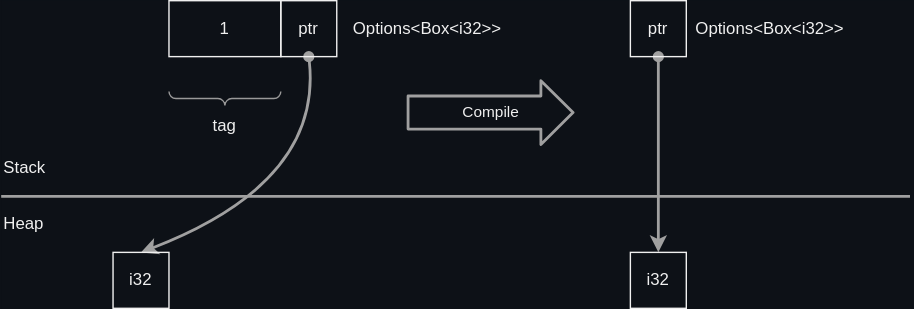
Before: docs/rust/memory_layout/images/option.drawio.svg, a diagram exported from draw.io (htgithub194/self-study). Source tidied: cells renumbered, new cells last; positions are measured from the earlier drawing's top-left corner, leaving out a move shared by most shapes.
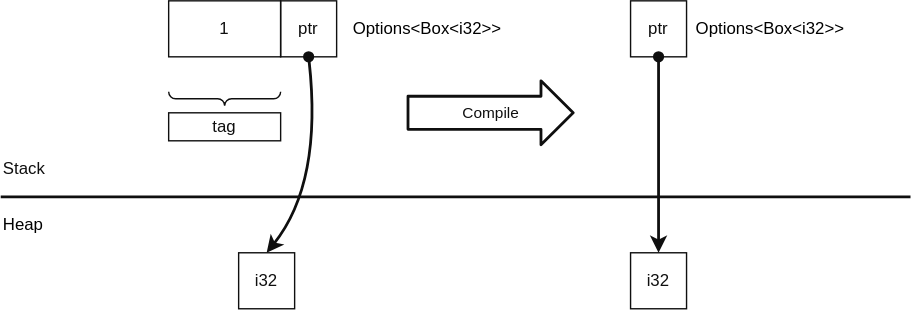
Later version of the same file.

The edit, as a diff of the source:
```diff
@@ -1,57 +1,57 @@
-<mxGraphModel background="#0D1117">
+<mxGraphModel>
   <root>
     <mxCell id="0" />
     <mxCell id="1" parent="0" />
-    <mxCell id="2" value="1" style="rounded=0;whiteSpace=wrap;html=1;flipH=1;flipV=1;fillColor=none;fontColor=#F0F0F0;strokeColor=#F0F0F0;" parent="1" vertex="1">
+    <mxCell id="2" value="1" style="rounded=0;whiteSpace=wrap;html=1;flipH=1;flipV=1;fillColor=none;fontColor=light-dark(#0F0F0F,#F0F0F0);strokeColor=light-dark(#0F0F0F,#F0F0F0);" parent="1" vertex="1">
       <mxGeometry x="120" width="80" height="40" as="geometry" />
     </mxCell>
-    <mxCell id="3" style="edgeStyle=none;curved=1;html=1;exitX=0.5;exitY=1;exitDx=0;exitDy=0;entryX=0.5;entryY=0;entryDx=0;entryDy=0;strokeColor=#A0A0A0;strokeWidth=2;startArrow=oval;startFill=1;targetPerimeterSpacing=10;fontColor=#F0F0F0;" parent="1" edge="1" source="4" target="11">
+    <mxCell id="3" style="edgeStyle=none;curved=1;html=1;exitX=0.5;exitY=1;exitDx=0;exitDy=0;entryX=0.5;entryY=0;entryDx=0;entryDy=0;strokeColor=light-dark(#0F0F0F,#F0F0F0);strokeWidth=2;startArrow=oval;startFill=1;targetPerimeterSpacing=10;fontColor=light-dark(#0F0F0F,#F0F0F0);" parent="1" edge="1" source="4" target="11">
       <mxGeometry relative="1" as="geometry">
         <Array as="points">
           <mxPoint x="230" y="130" />
         </Array>
       </mxGeometry>
     </mxCell>
-    <mxCell id="4" value="ptr" style="rounded=0;whiteSpace=wrap;html=1;flipH=1;flipV=1;fillColor=none;fontColor=#F0F0F0;strokeColor=#F0F0F0;" parent="1" vertex="1">
+    <mxCell id="4" value="ptr" style="rounded=0;whiteSpace=wrap;html=1;flipH=1;flipV=1;fillColor=none;fontColor=light-dark(#0F0F0F,#F0F0F0);strokeColor=light-dark(#0F0F0F,#F0F0F0);" parent="1" vertex="1">
       <mxGeometry x="200" width="40" height="40" as="geometry" />
     </mxCell>
-    <mxCell id="5" style="verticalLabelPosition=bottom;shadow=0;dashed=0;align=center;html=1;verticalAlign=top;strokeWidth=1;shape=mxgraph.mockup.markup.curlyBrace;strokeColor=#999999;rotation=-180;fontColor=#F0F0F0;" parent="1" vertex="1">
+    <mxCell id="5" style="verticalLabelPosition=bottom;shadow=0;dashed=0;align=center;html=1;verticalAlign=top;strokeWidth=1;shape=mxgraph.mockup.markup.curlyBrace;strokeColor=light-dark(#0F0F0F,#F0F0F0);rotation=-180;fontColor=light-dark(#0F0F0F,#F0F0F0);" parent="1" vertex="1">
       <mxGeometry x="120" y="65" width="80" height="10" as="geometry" />
     </mxCell>
-    <mxCell id="6" value="tag" style="text;html=1;strokeColor=none;fillColor=none;align=center;verticalAlign=middle;whiteSpace=wrap;rounded=0;fontColor=#F0F0F0;" parent="1" vertex="1">
+    <mxCell id="6" value="tag" style="text;html=1;strokeColor=light-dark(#0F0F0F,#F0F0F0);fillColor=none;align=center;verticalAlign=middle;whiteSpace=wrap;rounded=0;fontColor=light-dark(#0F0F0F,#F0F0F0);" parent="1" vertex="1">
       <mxGeometry x="120" y="80" width="80" height="20" as="geometry" />
     </mxCell>
-    <mxCell id="7" value="Options&amp;lt;Box&amp;lt;i32&amp;gt;&amp;gt;" style="text;html=1;strokeColor=none;fillColor=none;align=center;verticalAlign=middle;whiteSpace=wrap;rounded=0;fontColor=#F0F0F0;" parent="1" vertex="1">
+    <mxCell id="7" value="Options&amp;lt;Box&amp;lt;i32&amp;gt;&amp;gt;" style="text;html=1;strokeColor=none;fillColor=none;align=center;verticalAlign=middle;whiteSpace=wrap;rounded=0;fontColor=default;" parent="1" vertex="1">
       <mxGeometry x="240" width="130" height="40" as="geometry" />
     </mxCell>
-    <mxCell id="8" style="endArrow=none;html=1;strokeColor=#A0A0A0;strokeWidth=2;fontColor=#F0F0F0;" parent="1" edge="1">
+    <mxCell id="8" style="endArrow=none;html=1;strokeColor=light-dark(#0F0F0F,#F0F0F0);strokeWidth=2;fontColor=light-dark(#0F0F0F,#F0F0F0);" parent="1" edge="1">
       <mxGeometry relative="1" as="geometry">
         <mxPoint y="140" as="sourcePoint" />
         <mxPoint x="650" y="140" as="targetPoint" />
       </mxGeometry>
     </mxCell>
-    <mxCell id="9" value="Heap" style="text;html=1;strokeColor=none;fillColor=none;align=left;verticalAlign=middle;whiteSpace=wrap;rounded=0;fontColor=#F0F0F0;" parent="1" vertex="1">
+    <mxCell id="9" value="Heap" style="text;html=1;strokeColor=none;fillColor=none;align=left;verticalAlign=middle;whiteSpace=wrap;rounded=0;fontColor=default;" parent="1" vertex="1">
       <mxGeometry y="140" width="80" height="40" as="geometry" />
     </mxCell>
-    <mxCell id="10" value="Stack" style="text;html=1;strokeColor=none;fillColor=none;align=left;verticalAlign=middle;whiteSpace=wrap;rounded=0;fontColor=#F0F0F0;" parent="1" vertex="1">
+    <mxCell id="10" value="Stack" style="text;html=1;strokeColor=none;fillColor=none;align=left;verticalAlign=middle;whiteSpace=wrap;rounded=0;fontColor=light-dark(#0F0F0F,#F0F0F0);" parent="1" vertex="1">
       <mxGeometry y="100" width="80" height="40" as="geometry" />
     </mxCell>
-    <mxCell id="11" value="i32" style="rounded=0;whiteSpace=wrap;html=1;flipH=1;flipV=1;fillColor=none;fontColor=#F0F0F0;strokeColor=#F0F0F0;" parent="1" vertex="1">
-      <mxGeometry x="80" y="180" width="40" height="40" as="geometry" />
+    <mxCell id="11" value="i32" style="rounded=0;whiteSpace=wrap;html=1;flipH=1;flipV=1;fillColor=none;fontColor=light-dark(#0F0F0F,#F0F0F0);strokeColor=light-dark(#0F0F0F,#F0F0F0);" parent="1" vertex="1">
+      <mxGeometry x="170" y="180" width="40" height="40" as="geometry" />
     </mxCell>
-    <mxCell id="12" style="edgeStyle=none;curved=1;html=1;exitX=0.5;exitY=1;exitDx=0;exitDy=0;entryX=0.5;entryY=0;entryDx=0;entryDy=0;strokeColor=#A0A0A0;strokeWidth=2;startArrow=oval;startFill=1;targetPerimeterSpacing=10;fontColor=#F0F0F0;" parent="1" edge="1" source="13" target="15">
+    <mxCell id="12" style="edgeStyle=none;curved=1;html=1;exitX=0.5;exitY=1;exitDx=0;exitDy=0;entryX=0.5;entryY=0;entryDx=0;entryDy=0;strokeColor=light-dark(#0F0F0F,#F0F0F0);strokeWidth=2;startArrow=oval;startFill=1;targetPerimeterSpacing=10;fontColor=light-dark(#0F0F0F,#F0F0F0);" parent="1" edge="1" source="13" target="15">
       <mxGeometry relative="1" as="geometry" />
     </mxCell>
-    <mxCell id="13" value="ptr" style="rounded=0;whiteSpace=wrap;html=1;flipH=1;flipV=1;fillColor=none;fontColor=#F0F0F0;strokeColor=#F0F0F0;" parent="1" vertex="1">
+    <mxCell id="13" value="ptr" style="rounded=0;whiteSpace=wrap;html=1;flipH=1;flipV=1;fillColor=none;fontColor=light-dark(#0F0F0F,#F0F0F0);strokeColor=light-dark(#0F0F0F,#F0F0F0);" parent="1" vertex="1">
       <mxGeometry x="450" width="40" height="40" as="geometry" />
     </mxCell>
-    <mxCell id="14" value="Options&amp;lt;Box&amp;lt;i32&amp;gt;&amp;gt;" style="text;html=1;strokeColor=none;fillColor=none;align=center;verticalAlign=middle;whiteSpace=wrap;rounded=0;fontColor=#F0F0F0;" parent="1" vertex="1">
+    <mxCell id="14" value="Options&amp;lt;Box&amp;lt;i32&amp;gt;&amp;gt;" style="text;html=1;strokeColor=none;fillColor=none;align=center;verticalAlign=middle;whiteSpace=wrap;rounded=0;fontColor=default;" parent="1" vertex="1">
       <mxGeometry x="490" width="120" height="40" as="geometry" />
     </mxCell>
-    <mxCell id="15" value="i32" style="rounded=0;whiteSpace=wrap;html=1;flipH=1;flipV=1;fillColor=none;fontColor=#F0F0F0;strokeColor=#F0F0F0;" parent="1" vertex="1">
+    <mxCell id="15" value="i32" style="rounded=0;whiteSpace=wrap;html=1;flipH=1;flipV=1;fillColor=none;fontColor=light-dark(#0F0F0F,#F0F0F0);strokeColor=light-dark(#0F0F0F,#F0F0F0);" parent="1" vertex="1">
       <mxGeometry x="450" y="180" width="40" height="40" as="geometry" />
     </mxCell>
-    <mxCell id="16" value="Compile" style="shape=flexArrow;endArrow=classic;html=1;strokeColor=#A0A0A0;strokeWidth=2;targetPerimeterSpacing=10;curved=1;width=22.666666666666668;endSize=7;fontColor=#F0F0F0;labelBackgroundColor=none;" parent="1" edge="1">
+    <mxCell id="16" value="Compile" style="shape=flexArrow;endArrow=classic;html=1;strokeColor=light-dark(#0F0F0F,#F0F0F0);strokeWidth=2;targetPerimeterSpacing=10;curved=1;width=22.666666666666668;endSize=7;fontColor=light-dark(#0F0F0F,#F0F0F0);labelBackgroundColor=none;" parent="1" edge="1">
       <mxGeometry relative="1" as="geometry">
         <mxPoint x="290" y="80" as="sourcePoint" />
         <mxPoint x="410" y="80" as="targetPoint" />
```
